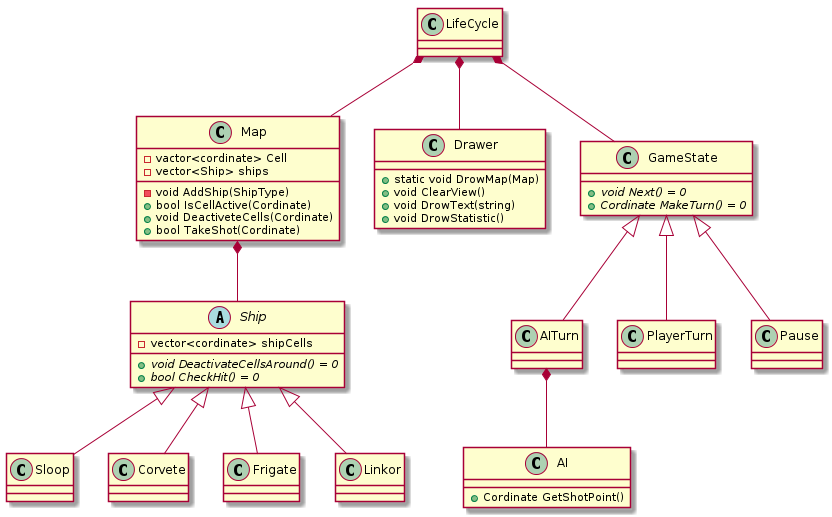
This is doc/Class.png from wzabila19951/bench_luxoft, a PlantUML export, as it was before one commit.
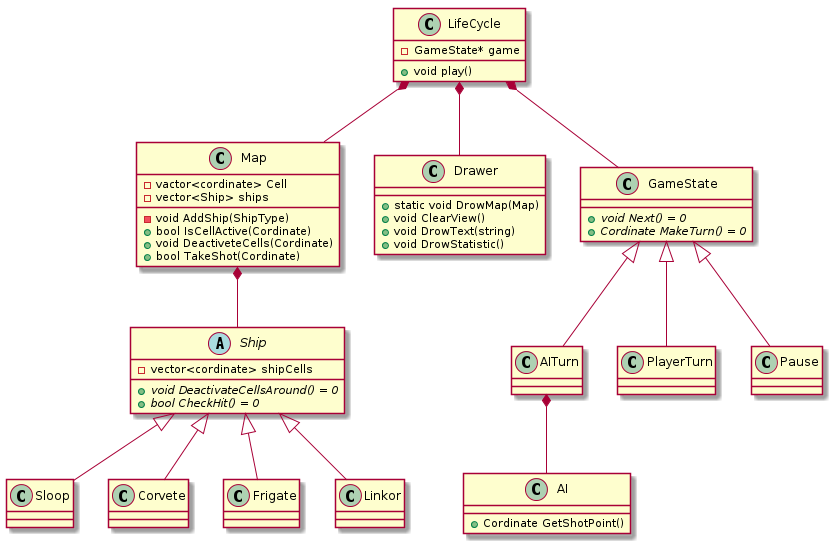
After the change.

Commit message:
Editing a class diagram

Diff of the diagram source:
```diff
@@ -2,7 +2,8 @@
 scale max 1024*768
 
 class LifeCycle{
-
+    +void play()
+    -GameState* game
 }
 
 abstract Ship{
```
